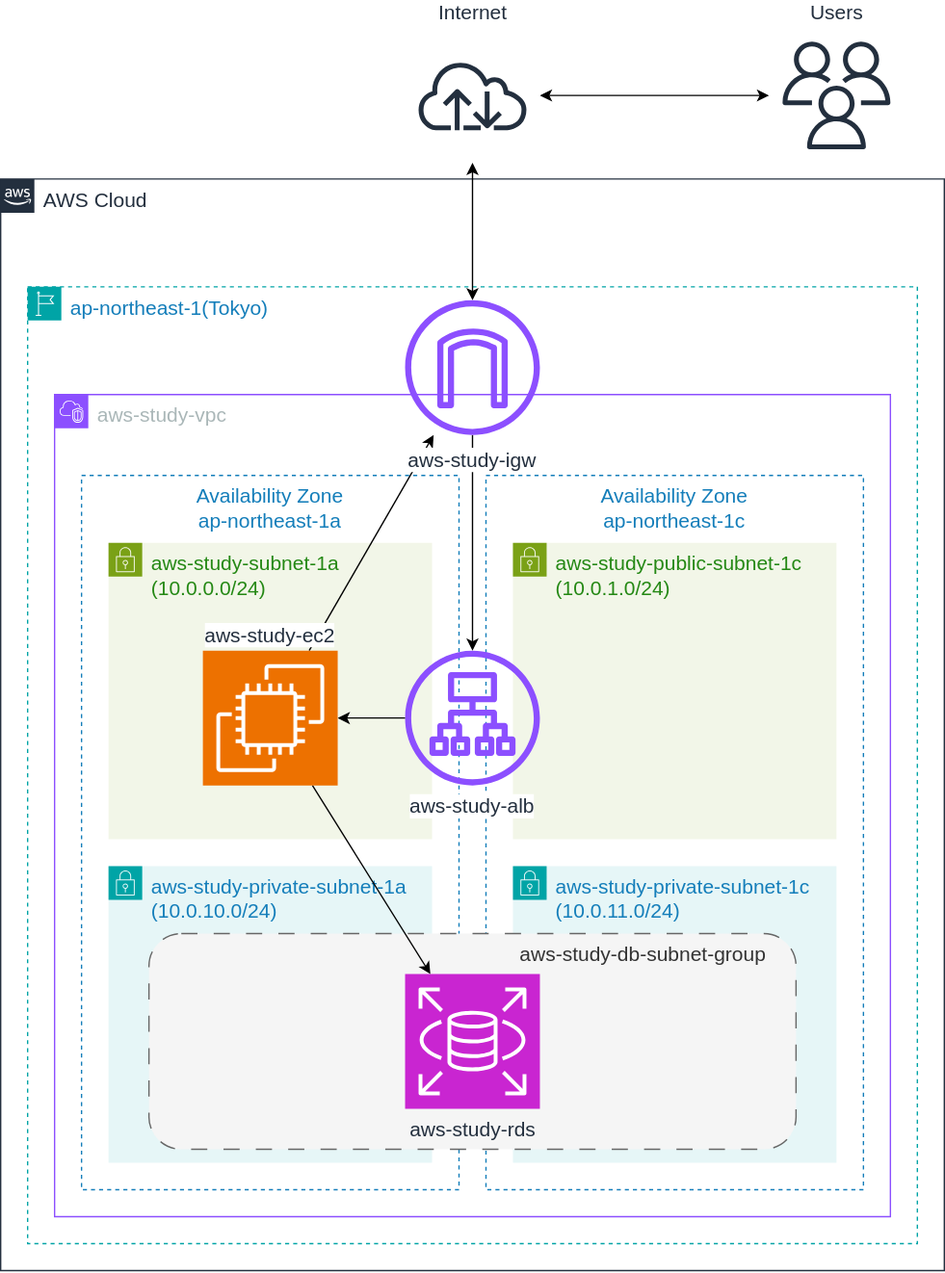
saway261/AWS-study keeps this draw.io diagram as docs/architecture/aws-diagram.svg. Above is the earlier version. Source tidied: cells renumbered, new cells last; positions are measured from the earlier drawing's top-left corner, leaving out a move shared by most shapes.
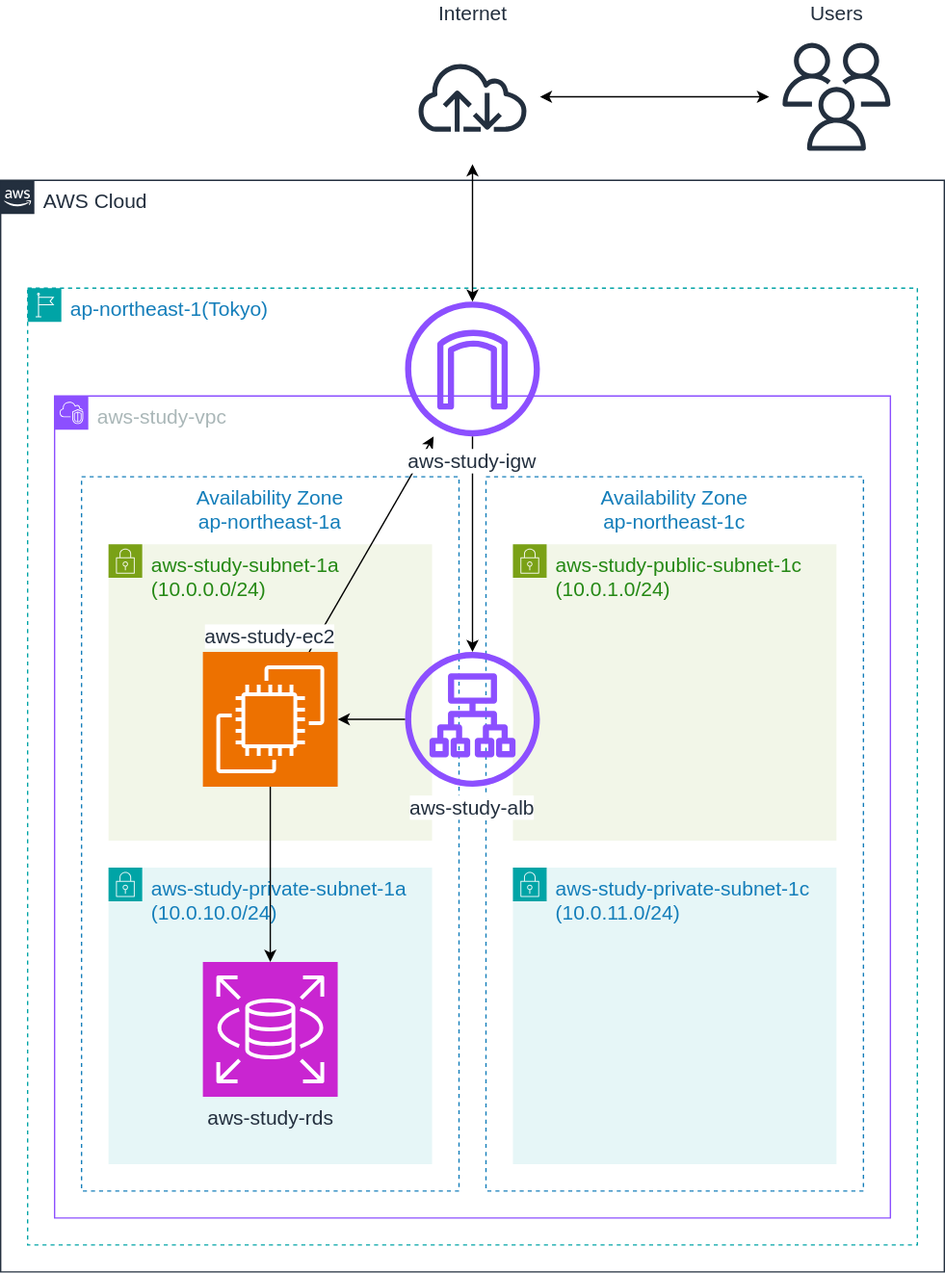
The same file after the commit.

Commit message:
fix: drawioファイルで描画したAWS構成図をSVGファイルとしてエクスポート

Change to the diagram source:
```diff
@@ -32,11 +32,8 @@
     <mxCell id="11" value="aws-study-private-subnet-1c&lt;br&gt;(10.0.11.0/24)" style="gradientColor=none;html=1;whiteSpace=wrap;fontSize=15;fontStyle=0;shape=mxgraph.aws4.group;grIcon=mxgraph.aws4.group_security_group;grStroke=0;strokeColor=#00A4A6;fillColor=#E6F6F7;verticalAlign=top;align=left;spacingLeft=30;fontColor=#147EBA;dashed=0;" parent="1" vertex="1">
       <mxGeometry x="380" y="622" width="240" height="220" as="geometry" />
     </mxCell>
-    <mxCell id="12" value="aws-study-db-subnet-group" style="rounded=1;whiteSpace=wrap;html=1;verticalAlign=top;fillColor=#f5f5f5;strokeColor=#666666;fontColor=#333333;align=right;horizontal=1;labelPosition=center;verticalLabelPosition=middle;spacingLeft=0;fontSize=15;dashed=1;dashPattern=12 12;spacingRight=20;" parent="1" vertex="1">
-      <mxGeometry x="110" y="672" width="480" height="160" as="geometry" />
-    </mxCell>
     <mxCell id="13" value="aws-study-rds" style="sketch=0;points=[[0,0,0],[0.25,0,0],[0.5,0,0],[0.75,0,0],[1,0,0],[0,1,0],[0.25,1,0],[0.5,1,0],[0.75,1,0],[1,1,0],[0,0.25,0],[0,0.5,0],[0,0.75,0],[1,0.25,0],[1,0.5,0],[1,0.75,0]];outlineConnect=0;fontColor=#232F3E;fillColor=#C925D1;strokeColor=#ffffff;dashed=0;verticalLabelPosition=bottom;verticalAlign=top;align=center;html=1;fontSize=15;fontStyle=0;shape=mxgraph.aws4.resourceIcon;resIcon=mxgraph.aws4.rds;" parent="1" vertex="1">
-      <mxGeometry x="300" y="702" width="100" height="100" as="geometry" />
+      <mxGeometry x="150" y="692" width="100" height="100" as="geometry" />
     </mxCell>
     <mxCell id="14" value="&lt;font style=&quot;font-size: 15px;&quot;&gt;Users&lt;/font&gt;" style="sketch=0;outlineConnect=0;fontColor=#232F3E;gradientColor=none;strokeColor=#232F3E;fillColor=#ffffff;dashed=0;verticalLabelPosition=top;verticalAlign=bottom;align=center;html=1;fontSize=12;fontStyle=0;shape=mxgraph.aws4.resourceIcon;resIcon=mxgraph.aws4.users;labelPosition=center;" parent="1" vertex="1">
       <mxGeometry x="570" width="100" height="100" as="geometry" />
```
